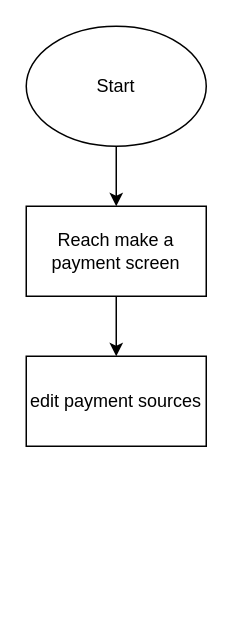
The draw.io diagram USCC-22138.drawio in PratikBali/flowchart, before the edit. Source tidied: cells renumbered, new cells numbered last; positions are measured from the earlier drawing's top-left corner, leaving out a move shared by most shapes. Both pictures are drawn from the tidied source at 150%, with x=0, y=0 at pixel (26, 26).
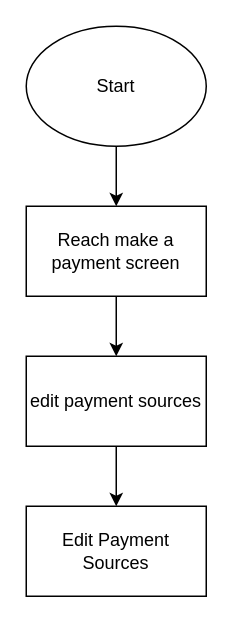
The same page after the edit.

The edit, as a diff of the source:
```diff
@@
 <mxGraphModel>
   <root>
     <mxCell id="0" />
     <mxCell id="1" parent="0" />
     <mxCell id="2" style="edgeStyle=orthogonalEdgeStyle;rounded=0;jettySize=auto;html=1;" parent="1" edge="1" source="3" target="5">
       <mxGeometry relative="1" as="geometry" />
     </mxCell>
     <mxCell id="3" value="Start" style="ellipse;whiteSpace=wrap;html=1;" parent="1" vertex="1">
       <mxGeometry width="120" height="80" as="geometry" />
     </mxCell>
     <mxCell id="4" style="edgeStyle=orthogonalEdgeStyle;rounded=0;jettySize=auto;html=1;" parent="1" edge="1" source="5" target="6">
       <mxGeometry relative="1" as="geometry" />
     </mxCell>
     <mxCell id="5" value="Reach make a payment screen" style="rounded=0;whiteSpace=wrap;html=1;" parent="1" vertex="1">
       <mxGeometry y="120" width="120" height="60" as="geometry" />
     </mxCell>
+    <mxCell id="7" style="edgeStyle=orthogonalEdgeStyle;rounded=0;jettySize=auto;html=1;" parent="1" edge="1" source="6" target="8">
+      <mxGeometry relative="1" as="geometry" />
+    </mxCell>
     <mxCell id="6" value="edit payment sources" style="whiteSpace=wrap;html=1;rounded=0;" parent="1" vertex="1">
       <mxGeometry y="220" width="120" height="60" as="geometry" />
     </mxCell>
+    <mxCell id="8" value="Edit Payment Sources" style="whiteSpace=wrap;html=1;rounded=0;" parent="1" vertex="1">
+      <mxGeometry y="320" width="120" height="60" as="geometry" />
+    </mxCell>
   </root>
 </mxGraphModel>
```
